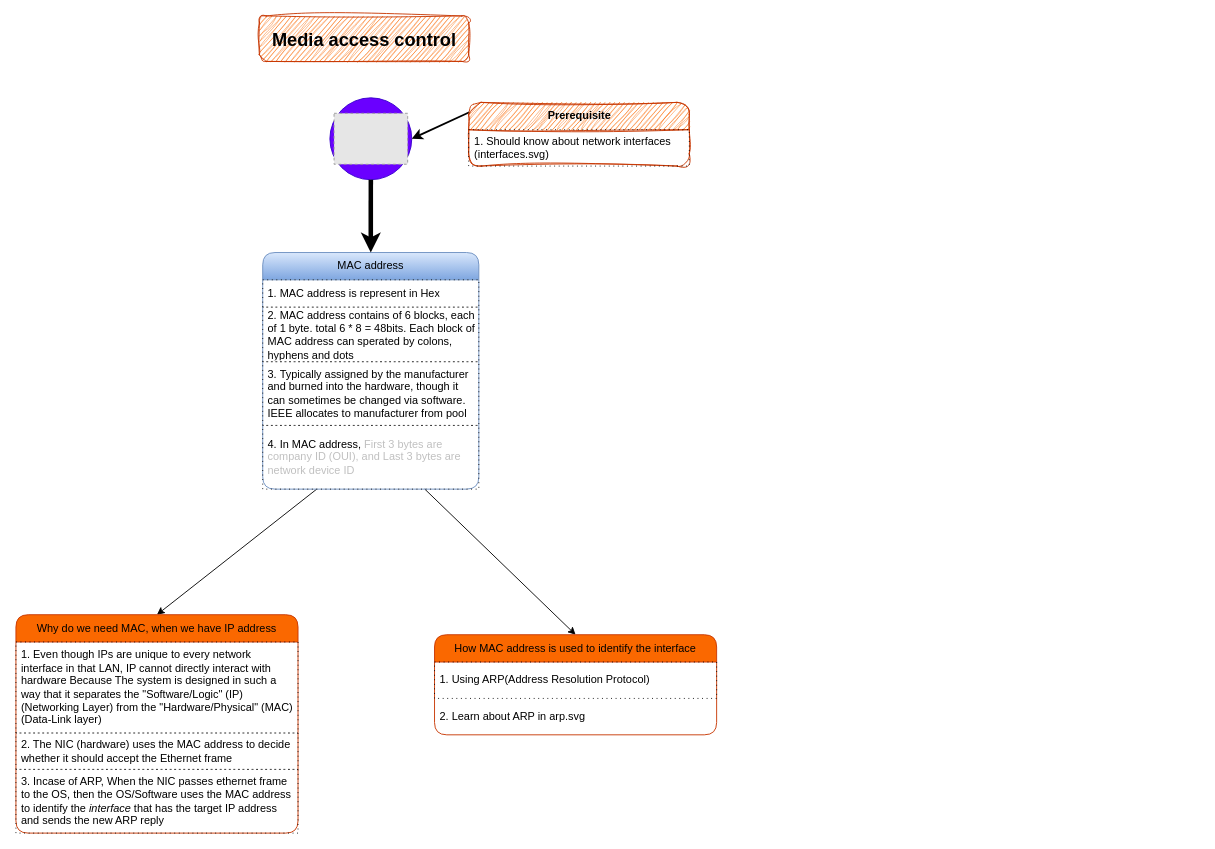
This is computer-networking/media-access-control/mac.dio from knkrn5/Programming-Concepts, a draw.io file, before an edit. Source tidied: cells renumbered, new cells numbered last; positions are measured from the earlier drawing's top-left corner, leaving out a move shared by most shapes. Both pictures are drawn from the tidied source at 91%, with x=0, y=0 at pixel (15, 15). Pictures stored in the file or linked from it are replaced by grey dashed boxes.
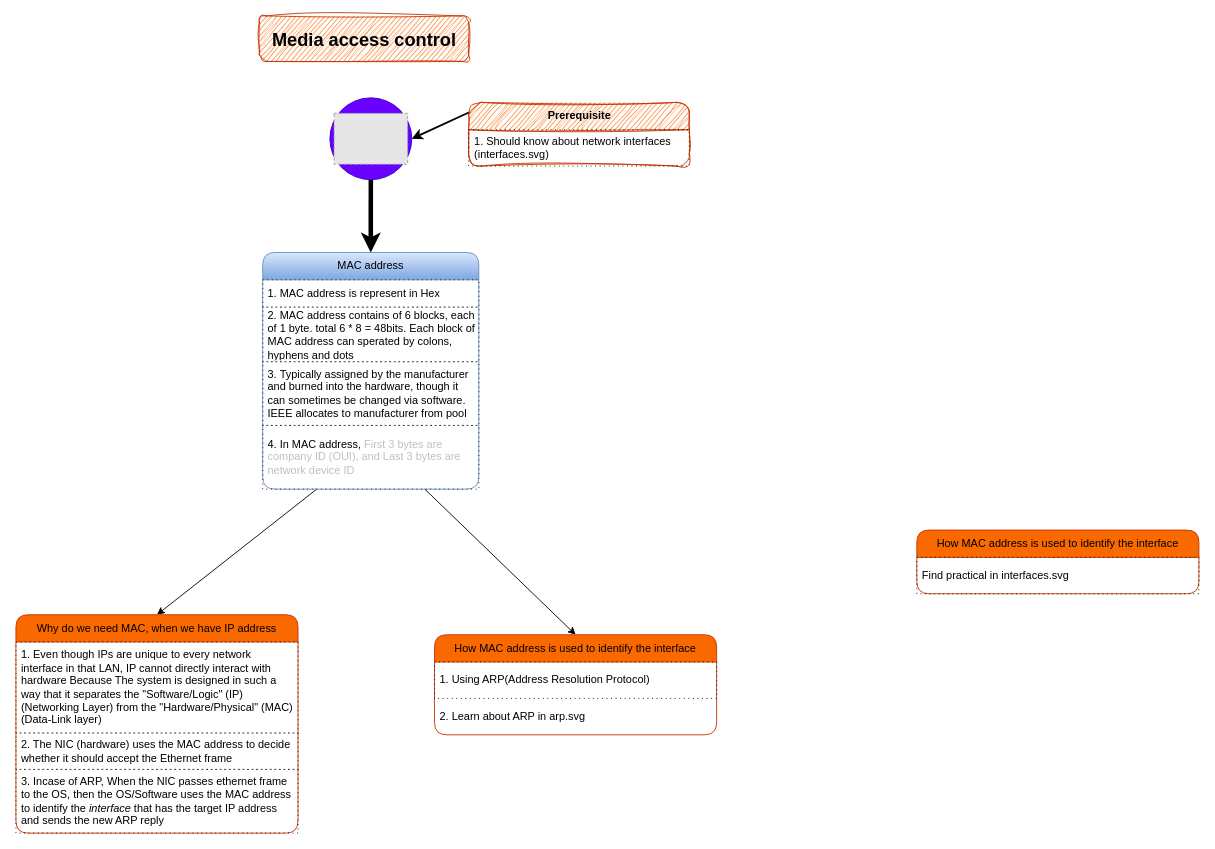
The same diagram, later.

The edit, as a diff of the source:
```diff
@@
+    <mxCell id="24" value="How MAC address is used to identify the interface" style="swimlane;fontStyle=0;horizontal=1;startSize=30;whiteSpace=wrap;html=1;rounded=1;fillColor=light-dark(#FA6800,#CC0000);fontColor=#000000;strokeColor=#C73500;" parent="1" vertex="1">
+      <mxGeometry x="990" y="565" width="310" height="70" as="geometry" />
+    </mxCell>
+    <mxCell id="25" value="Find practical in &lt;span style=&quot;background-color: light-dark(rgb(255, 255, 255), rgb(102, 0, 204));&quot;&gt;interfaces.svg&lt;/span&gt;" style="text;strokeColor=default;fillColor=none;align=left;verticalAlign=middle;spacingLeft=4;spacingRight=4;overflow=hidden;whiteSpace=wrap;html=1;dashed=1;dashPattern=1 4;" parent="24" vertex="1">
+      <mxGeometry y="30" width="310" height="40" as="geometry" />
+    </mxCell>
```
